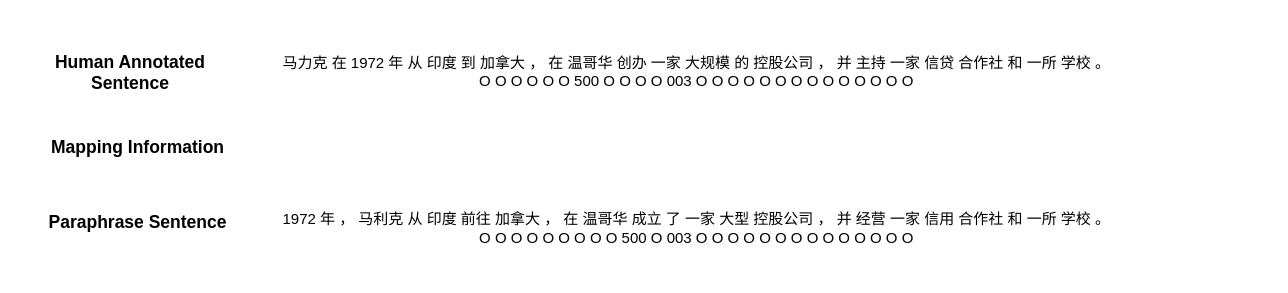
gitofding/first_repository keeps this draw.io diagram as alignmeng.drawio. Above is the earlier version. Source tidied: cells renumbered, new cells numbered last; positions are measured from the earlier drawing's top-left corner, leaving out a move shared by most shapes. Both pictures are drawn from the tidied source at 125%, with x=0, y=0 at pixel (26, 21).
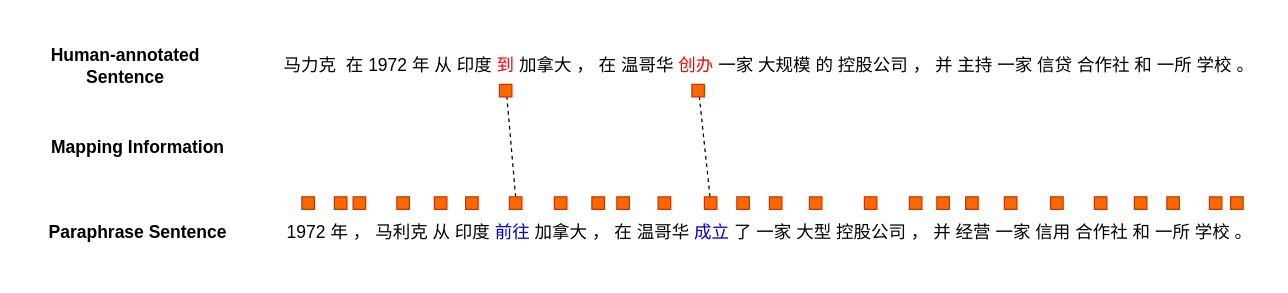
After the change.

What changed in the source:
```diff
@@
-    <mxCell id="2" value="马力克 在 1972 年 从 印度 到 加拿大 ， 在 温哥华 创办 一家 大规模 的 控股公司 ， 并 主持 一家 信贷 合作社 和 一所 学校 。&lt;br&gt;&lt;span&gt; &lt;/span&gt;O O O O O O 500 O O O O 003 O O O O O O O O O O O O O O" style="text;html=1;strokeColor=none;fillColor=none;align=center;verticalAlign=middle;whiteSpace=wrap;rounded=0;" parent="1" vertex="1">
-      <mxGeometry x="106" width="860" height="80" as="geometry" />
+    <mxCell id="2" value="&lt;font style=&quot;font-size: 14px&quot;&gt;马力克&amp;nbsp; 在 1972 年 从 印度 &lt;font color=&quot;#ff0000&quot;&gt;到 &lt;/font&gt;加拿大 ， 在 温哥华 &lt;font color=&quot;#ff0000&quot;&gt;创办 &lt;/font&gt;一家 大规模 的 控股公司 ， 并 主持 一家 信贷 合作社 和 一所 学校 。&lt;/font&gt;" style="text;html=1;strokeColor=none;fillColor=none;align=center;verticalAlign=middle;whiteSpace=wrap;rounded=0;" parent="1" vertex="1">
+      <mxGeometry x="196" y="10" width="796" height="50" as="geometry" />
     </mxCell>
-    <mxCell id="3" value="1972 年 ， 马利克 从 印度 前往 加拿大 ， 在 温哥华 成立 了 一家 大型 控股公司 ， 并 经营 一家 信用 合作社 和 一所 学校 。&lt;br&gt;&lt;span&gt; &lt;/span&gt;O O O O O O O O O 500 O 003 O O O O O O O O O O O O O O" style="text;html=1;strokeColor=none;fillColor=none;align=center;verticalAlign=middle;whiteSpace=wrap;rounded=0;" parent="1" vertex="1">
-      <mxGeometry x="126" y="130" width="820" height="70" as="geometry" />
+    <mxCell id="3" value="&lt;font style=&quot;font-size: 14px&quot;&gt;1972 年 ， 马利克 从 印度 &lt;font color=&quot;#0000cc&quot;&gt;前往 &lt;/font&gt;加拿大 ， 在 温哥华 &lt;font color=&quot;#0000cc&quot;&gt;成立 &lt;/font&gt;了 一家 大型 控股公司 ， 并 经营 一家 信用 合作社 和 一所 学校 。&lt;/font&gt;" style="text;html=1;strokeColor=none;fillColor=none;align=center;verticalAlign=middle;whiteSpace=wrap;rounded=0;" parent="1" vertex="1">
+      <mxGeometry x="202.5" y="150" width="783" height="35" as="geometry" />
     </mxCell>
-    <mxCell id="4" value="&lt;b&gt;&lt;font style=&quot;font-size: 14px&quot;&gt;Human Annotated Sentence&lt;/font&gt;&lt;/b&gt;" style="text;html=1;strokeColor=none;fillColor=none;align=center;verticalAlign=middle;whiteSpace=wrap;rounded=0;" parent="1" vertex="1">
-      <mxGeometry y="30" width="166" height="20" as="geometry" />
+    <mxCell id="4" value="&lt;b&gt;&lt;font style=&quot;font-size: 14px&quot;&gt;Human-annotated Sentence&lt;/font&gt;&lt;/b&gt;" style="text;html=1;strokeColor=none;fillColor=none;align=center;verticalAlign=middle;whiteSpace=wrap;rounded=0;" parent="1" vertex="1">
+      <mxGeometry x="-4" y="25" width="166" height="20" as="geometry" />
     </mxCell>
     <mxCell id="5" value="&lt;b&gt;&lt;font style=&quot;font-size: 14px&quot;&gt;Paraphrase Sentence&lt;/font&gt;&lt;/b&gt;" style="text;html=1;strokeColor=none;fillColor=none;align=center;verticalAlign=middle;whiteSpace=wrap;rounded=0;" parent="1" vertex="1">
-      <mxGeometry x="6" y="150" width="166" height="20" as="geometry" />
+      <mxGeometry x="6" y="157.5" width="166" height="20" as="geometry" />
     </mxCell>
@@
+    <mxCell id="7" style="endArrow=none;dashed=1;html=1;exitX=0;exitY=0.75;exitDx=0;exitDy=0;entryX=0.5;entryY=1;entryDx=0;entryDy=0;" parent="1" edge="1">
+      <mxGeometry relative="1" as="geometry">
+        <mxPoint x="546.5" y="140" as="sourcePoint" />
+        <mxPoint x="538" y="60" as="targetPoint" />
+      </mxGeometry>
+    </mxCell>
+    <mxCell id="8" style="endArrow=none;dashed=1;html=1;exitX=0;exitY=0.5;exitDx=0;exitDy=0;entryX=0.5;entryY=1;entryDx=0;entryDy=0;" parent="1" edge="1" source="15">
+      <mxGeometry relative="1" as="geometry">
+        <mxPoint x="384" y="60" as="targetPoint" />
+      </mxGeometry>
+    </mxCell>
+    <mxCell id="9" style="rounded=0;whiteSpace=wrap;html=1;direction=south;fillColor=#fa6800;strokeColor=#C73500;fontColor=#ffffff;" parent="1" vertex="1">
+      <mxGeometry x="220" y="140" width="10" height="10" as="geometry" />
+    </mxCell>
+    <mxCell id="10" style="rounded=0;whiteSpace=wrap;html=1;direction=south;fillColor=#fa6800;strokeColor=#C73500;fontColor=#ffffff;" parent="1" vertex="1">
+      <mxGeometry x="246" y="140" width="10" height="10" as="geometry" />
+    </mxCell>
+    <mxCell id="11" style="rounded=0;whiteSpace=wrap;html=1;direction=south;fillColor=#fa6800;strokeColor=#C73500;fontColor=#ffffff;" parent="1" vertex="1">
+      <mxGeometry x="261" y="140" width="10" height="10" as="geometry" />
+    </mxCell>
+    <mxCell id="12" style="rounded=0;whiteSpace=wrap;html=1;direction=south;fillColor=#fa6800;strokeColor=#C73500;fontColor=#ffffff;" parent="1" vertex="1">
+      <mxGeometry x="296" y="140" width="10" height="10" as="geometry" />
+    </mxCell>
+    <mxCell id="13" style="rounded=0;whiteSpace=wrap;html=1;direction=south;fillColor=#fa6800;strokeColor=#C73500;fontColor=#ffffff;" parent="1" vertex="1">
+      <mxGeometry x="326" y="140" width="10" height="10" as="geometry" />
+    </mxCell>
+    <mxCell id="14" style="rounded=0;whiteSpace=wrap;html=1;direction=south;fillColor=#fa6800;strokeColor=#C73500;fontColor=#ffffff;" parent="1" vertex="1">
+      <mxGeometry x="351" y="140" width="10" height="10" as="geometry" />
+    </mxCell>
+    <mxCell id="15" style="rounded=0;whiteSpace=wrap;html=1;direction=south;fillColor=#fa6800;strokeColor=#C73500;fontColor=#ffffff;" parent="1" vertex="1">
+      <mxGeometry x="386" y="140" width="10" height="10" as="geometry" />
+    </mxCell>
+    <mxCell id="16" style="rounded=0;whiteSpace=wrap;html=1;direction=south;fillColor=#fa6800;strokeColor=#C73500;fontColor=#ffffff;" parent="1" vertex="1">
+      <mxGeometry x="422" y="140" width="10" height="10" as="geometry" />
+    </mxCell>
+    <mxCell id="17" style="rounded=0;whiteSpace=wrap;html=1;direction=south;fillColor=#fa6800;strokeColor=#C73500;fontColor=#ffffff;" parent="1" vertex="1">
+      <mxGeometry x="452" y="140" width="10" height="10" as="geometry" />
+    </mxCell>
+    <mxCell id="18" style="rounded=0;whiteSpace=wrap;html=1;direction=south;fillColor=#fa6800;strokeColor=#C73500;fontColor=#ffffff;" parent="1" vertex="1">
+      <mxGeometry x="472" y="140" width="10" height="10" as="geometry" />
+    </mxCell>
+    <mxCell id="19" style="rounded=0;whiteSpace=wrap;html=1;direction=south;fillColor=#fa6800;strokeColor=#C73500;fontColor=#ffffff;" parent="1" vertex="1">
+      <mxGeometry x="505" y="140" width="10" height="10" as="geometry" />
+    </mxCell>
+    <mxCell id="20" style="rounded=0;whiteSpace=wrap;html=1;direction=south;fillColor=#fa6800;strokeColor=#C73500;fontColor=#ffffff;" parent="1" vertex="1">
+      <mxGeometry x="542" y="140" width="10" height="10" as="geometry" />
+    </mxCell>
+    <mxCell id="21" style="rounded=0;whiteSpace=wrap;html=1;direction=south;fillColor=#fa6800;strokeColor=#C73500;fontColor=#ffffff;" parent="1" vertex="1">
+      <mxGeometry x="568" y="140" width="10" height="10" as="geometry" />
+    </mxCell>
+    <mxCell id="22" style="rounded=0;whiteSpace=wrap;html=1;direction=south;fillColor=#fa6800;strokeColor=#C73500;fontColor=#ffffff;" parent="1" vertex="1">
+      <mxGeometry x="594" y="140" width="10" height="10" as="geometry" />
+    </mxCell>
+    <mxCell id="23" style="rounded=0;whiteSpace=wrap;html=1;direction=south;fillColor=#fa6800;strokeColor=#C73500;fontColor=#ffffff;" parent="1" vertex="1">
+      <mxGeometry x="626" y="140" width="10" height="10" as="geometry" />
+    </mxCell>
+    <mxCell id="24" style="rounded=0;whiteSpace=wrap;html=1;direction=south;fillColor=#fa6800;strokeColor=#C73500;fontColor=#ffffff;" parent="1" vertex="1">
+      <mxGeometry x="670" y="140" width="10" height="10" as="geometry" />
+    </mxCell>
+    <mxCell id="25" style="rounded=0;whiteSpace=wrap;html=1;direction=south;fillColor=#fa6800;strokeColor=#C73500;fontColor=#ffffff;" parent="1" vertex="1">
+      <mxGeometry x="706" y="140" width="10" height="10" as="geometry" />
+    </mxCell>
+    <mxCell id="26" style="rounded=0;whiteSpace=wrap;html=1;direction=south;fillColor=#fa6800;strokeColor=#C73500;fontColor=#ffffff;" parent="1" vertex="1">
+      <mxGeometry x="728" y="140" width="10" height="10" as="geometry" />
+    </mxCell>
+    <mxCell id="27" style="rounded=0;whiteSpace=wrap;html=1;direction=south;fillColor=#fa6800;strokeColor=#C73500;fontColor=#ffffff;" parent="1" vertex="1">
+      <mxGeometry x="751" y="140" width="10" height="10" as="geometry" />
+    </mxCell>
+    <mxCell id="28" style="rounded=0;whiteSpace=wrap;html=1;direction=south;fillColor=#fa6800;strokeColor=#C73500;fontColor=#ffffff;" parent="1" vertex="1">
+      <mxGeometry x="782" y="140" width="10" height="10" as="geometry" />
+    </mxCell>
+    <mxCell id="29" style="rounded=0;whiteSpace=wrap;html=1;direction=south;fillColor=#fa6800;strokeColor=#C73500;fontColor=#ffffff;" parent="1" vertex="1">
+      <mxGeometry x="819" y="140" width="10" height="10" as="geometry" />
+    </mxCell>
+    <mxCell id="30" style="rounded=0;whiteSpace=wrap;html=1;direction=south;fillColor=#fa6800;strokeColor=#C73500;fontColor=#ffffff;" parent="1" vertex="1">
+      <mxGeometry x="854" y="140" width="10" height="10" as="geometry" />
+    </mxCell>
+    <mxCell id="31" style="rounded=0;whiteSpace=wrap;html=1;direction=south;fillColor=#fa6800;strokeColor=#C73500;fontColor=#ffffff;" parent="1" vertex="1">
+      <mxGeometry x="886" y="140" width="10" height="10" as="geometry" />
+    </mxCell>
+    <mxCell id="32" style="rounded=0;whiteSpace=wrap;html=1;direction=south;fillColor=#fa6800;strokeColor=#C73500;fontColor=#ffffff;" parent="1" vertex="1">
+      <mxGeometry x="912" y="140" width="10" height="10" as="geometry" />
+    </mxCell>
+    <mxCell id="33" style="rounded=0;whiteSpace=wrap;html=1;direction=south;fillColor=#fa6800;strokeColor=#C73500;fontColor=#ffffff;" parent="1" vertex="1">
+      <mxGeometry x="946" y="140" width="10" height="10" as="geometry" />
+    </mxCell>
+    <mxCell id="34" style="rounded=0;whiteSpace=wrap;html=1;direction=south;fillColor=#fa6800;strokeColor=#C73500;fontColor=#ffffff;" parent="1" vertex="1">
+      <mxGeometry x="963" y="140" width="10" height="10" as="geometry" />
+    </mxCell>
+    <mxCell id="35" style="rounded=0;whiteSpace=wrap;html=1;direction=south;fillColor=#fa6800;strokeColor=#C73500;fontColor=#ffffff;" parent="1" vertex="1">
+      <mxGeometry x="378" y="50" width="10" height="10" as="geometry" />
+    </mxCell>
+    <mxCell id="36" style="rounded=0;whiteSpace=wrap;html=1;direction=south;fillColor=#fa6800;strokeColor=#C73500;fontColor=#ffffff;" parent="1" vertex="1">
+      <mxGeometry x="532" y="50" width="10" height="10" as="geometry" />
+    </mxCell>
```
